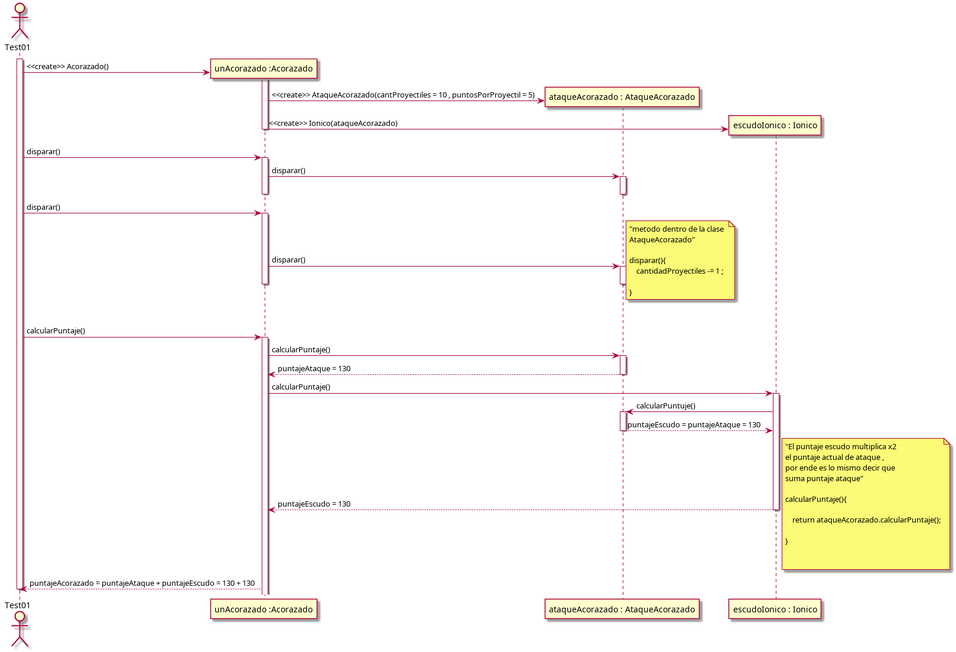
Mortha4/algoritmos3-parciales-Suarez keeps this PlantUML diagram as NaveEspacial/Diagrama/casoDeUso1.png. Above is the earlier version. Its source is kept beside it as NaveEspacial/Diagrama/casoDeUso1.puml. Source of this version:
```plantuml
@startuml


actor Test01
activate Test01

create participant "unAcorazado :Acorazado" as acorazado

Test01 -> acorazado : <<create>> Acorazado()

create participant "ataqueAcorazado : AtaqueAcorazado" as ataqueAcorazado
activate acorazado
acorazado -> ataqueAcorazado : <<create>> AtaqueAcorazado(cantProyectiles = 10 , puntosPorProyectil = 5)

create participant "escudoIonico : Ionico" as escudoIonico
acorazado -> escudoIonico : <<create>> Ionico(ataqueAcorazado)
deactivate acorazado

Test01 -> acorazado : disparar()
activate acorazado
acorazado -> ataqueAcorazado : disparar()
activate ataqueAcorazado
deactivate ataqueAcorazado
deactivate acorazado
Test01 -> acorazado : disparar()
activate acorazado
acorazado -> ataqueAcorazado : disparar()
activate ataqueAcorazado
deactivate ataqueAcorazado
deactivate acorazado

note right
    "metodo dentro de la clase
    AtaqueAcorazado"

    disparar(){
        cantidadProyectiles -= 1 ;

    }
end note







Test01 -> acorazado : calcularPuntaje()
activate acorazado
acorazado -> ataqueAcorazado : calcularPuntaje()
activate ataqueAcorazado
ataqueAcorazado --> acorazado : puntajeAtaque = 130
deactivate ataqueAcorazado

acorazado -> escudoIonico : calcularPuntaje()
activate escudoIonico
escudoIonico -> ataqueAcorazado : calcularPuntuje()
activate ataqueAcorazado
ataqueAcorazado --> escudoIonico : puntajeEscudo = puntajeAtaque = 130
deactivate ataqueAcorazado
escudoIonico --> acorazado : puntajeEscudo = 130
deactivate escudoIonico

note right
    "El puntaje escudo multiplica x2
    el puntaje actual de ataque ,
    por ende es lo mismo decir que
    suma puntaje ataque"

    calcularPuntaje(){

        return ataqueAcorazado.calcularPuntaje();

    }


end note

acorazado --> Test01 : puntajeAcorazado = puntajeAtaque + puntajeEscudo = 130 + 130
deactivate Test01










@enduml
```
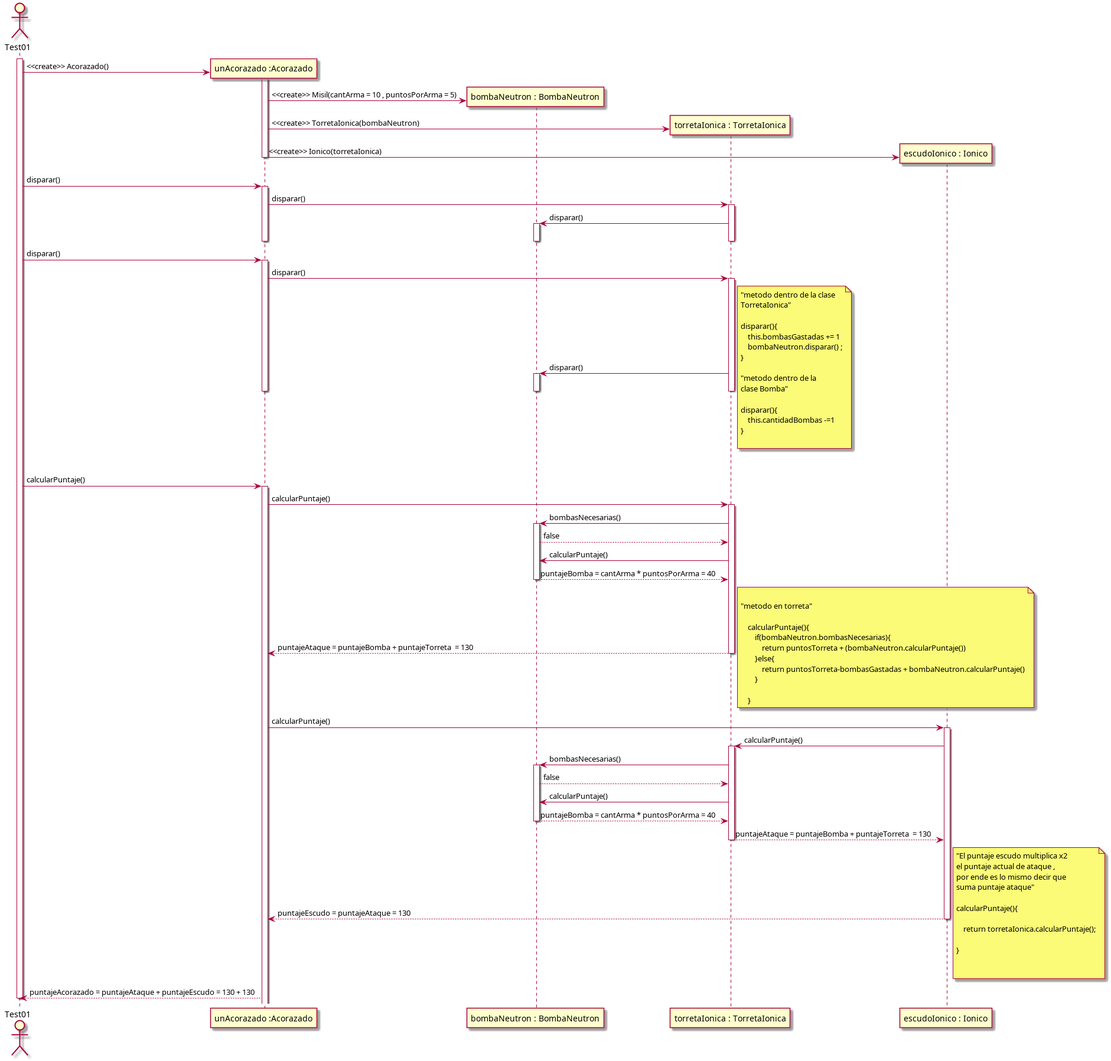
Above is the later version.

Diff of the diagram source:
```diff
@@ -8,34 +8,87 @@
 
 Test01 -> acorazado : <<create>> Acorazado()
 
-create participant "ataqueAcorazado : AtaqueAcorazado" as ataqueAcorazado
+create participant "bombaNeutron : BombaNeutron" as bomba
 activate acorazado
-acorazado -> ataqueAcorazado : <<create>> AtaqueAcorazado(cantProyectiles = 10 , puntosPorProyectil = 5)
+acorazado -> bomba : <<create>> Misil(cantArma = 10 , puntosPorArma = 5)
+
+
+create participant "torretaIonica : TorretaIonica" as torreta
+acorazado -> torreta : <<create>> TorretaIonica(bombaNeutron)
+
+
+
 
 create participant "escudoIonico : Ionico" as escudoIonico
-acorazado -> escudoIonico : <<create>> Ionico(ataqueAcorazado)
+acorazado -> escudoIonico : <<create>> Ionico(torretaIonica)
 deactivate acorazado
 
 Test01 -> acorazado : disparar()
 activate acorazado
-acorazado -> ataqueAcorazado : disparar()
-activate ataqueAcorazado
-deactivate ataqueAcorazado
+acorazado -> torreta : disparar()
+activate torreta
+torreta -> bomba : disparar()
+activate bomba
+deactivate bomba
+deactivate torreta
 deactivate acorazado
+
+
 Test01 -> acorazado : disparar()
 activate acorazado
-acorazado -> ataqueAcorazado : disparar()
-activate ataqueAcorazado
-deactivate ataqueAcorazado
+acorazado -> torreta : disparar()
+activate torreta
+torreta -> bomba : disparar()
+activate bomba
+deactivate bomba
+deactivate torreta
 deactivate acorazado
 
 note right
     "metodo dentro de la clase
-    AtaqueAcorazado"
+    TorretaIonica"
 
     disparar(){
-        cantidadProyectiles -= 1 ;
+        this.bombasGastadas += 1
+        bombaNeutron.disparar() ;
+    }
 
+    "metodo dentro de la
+    clase Bomba"
+
+    disparar(){
+        this.cantidadBombas -=1
+    }
+
+end note
+
+
+
+
+Test01 -> acorazado : calcularPuntaje()
+activate acorazado
+acorazado -> torreta : calcularPuntaje()
+
+activate torreta
+torreta -> bomba : bombasNecesarias()
+activate bomba
+bomba --> torreta : false
+torreta -> bomba : calcularPuntaje()
+bomba --> torreta : puntajeBomba = cantArma * puntosPorArma = 40
+deactivate bomba
+torreta --> acorazado : puntajeAtaque = puntajeBomba + puntajeTorreta  = 130
+deactivate torreta
+
+note right
+
+"metodo en torreta"
+
+    calcularPuntaje(){
+        if(bombaNeutron.bombasNecesarias){
+            return puntosTorreta + (bombaNeutron.calcularPuntaje())
+        }else{
+            return (puntosTorreta-bombasGastadas*10) + bombaNeutron.calcularPuntaje()
+        }
     }
 end note
 
@@ -43,22 +96,23 @@
 
 
 
+acorazado -> escudoIonico : calcularPuntaje()
+activate escudoIonico
+escudoIonico -> torreta : calcularPuntaje()
+
+activate torreta
+torreta -> bomba : bombasNecesarias()
+activate bomba
+bomba --> torreta : false
+torreta -> bomba : calcularPuntaje()
+bomba --> torreta : puntajeBomba = cantArma * puntosPorArma = 40
+deactivate bomba
+torreta --> escudoIonico : puntajeAtaque = puntajeBomba + puntajeTorreta  = 130
+deactivate torreta
 
 
-Test01 -> acorazado : calcularPuntaje()
-activate acorazado
-acorazado -> ataqueAcorazado : calcularPuntaje()
-activate ataqueAcorazado
-ataqueAcorazado --> acorazado : puntajeAtaque = 130
-deactivate ataqueAcorazado
 
-acorazado -> escudoIonico : calcularPuntaje()
-activate escudoIonico
-escudoIonico -> ataqueAcorazado : calcularPuntuje()
-activate ataqueAcorazado
-ataqueAcorazado --> escudoIonico : puntajeEscudo = puntajeAtaque = 130
-deactivate ataqueAcorazado
-escudoIonico --> acorazado : puntajeEscudo = 130
+escudoIonico --> acorazado : puntajeEscudo = puntajeAtaque = 130
 deactivate escudoIonico
 
 note right
@@ -69,7 +123,7 @@
 
     calcularPuntaje(){
 
-        return ataqueAcorazado.calcularPuntaje();
+        return torretaIonica.calcularPuntaje();
 
     }
 
```
